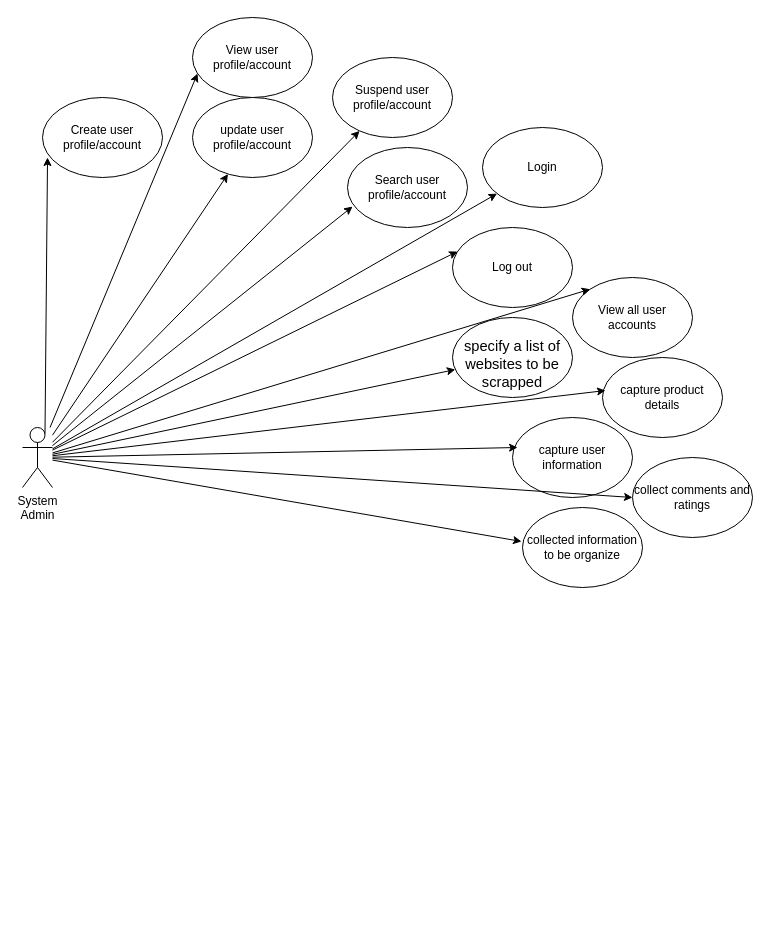
The draw.io diagram page "FYP SA" (2 of 21) of BCE.drawio in junrenx/Diagrams, before the edit. Source tidied: cells renumbered, new cells numbered last; positions are measured from the earlier drawing's top-left corner, leaving out a move shared by most shapes. Both pictures are drawn from the tidied source at 100%, with x=0, y=0 at pixel (22, 17).
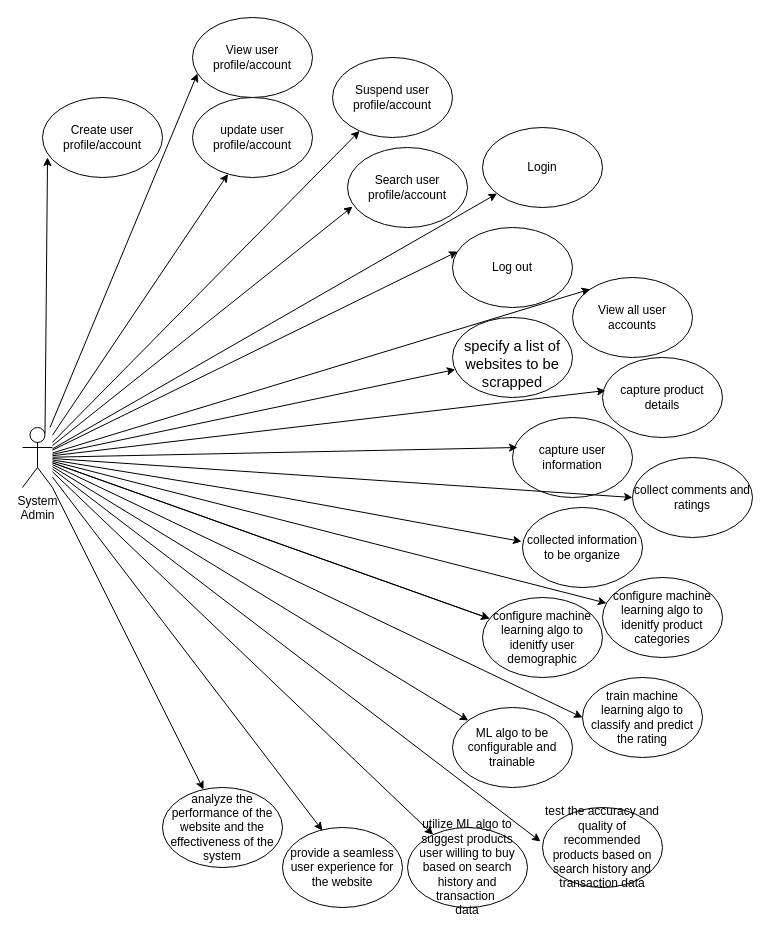
The same page after the edit.

Unchanged cells that the change refers to:
```xml
<mxCell id="2" value="System&lt;br&gt;Admin" style="shape=umlActor;verticalLabelPosition=bottom;verticalAlign=top;html=1;outlineConnect=0;" parent="1" vertex="1">
  <mxGeometry y="410" width="30" height="60" as="geometry" />
</mxCell>
<mxCell id="15" value="collected information to be organize&lt;span id=&quot;docs-internal-guid-03907ab7-7fff-0e72-f5e9-e9668091f931&quot;&gt;&lt;/span&gt;&lt;span id=&quot;docs-internal-guid-03907ab7-7fff-0e72-f5e9-e9668091f931&quot;&gt;&lt;/span&gt;" style="ellipse;whiteSpace=wrap;html=1;" parent="1" vertex="1">
  <mxGeometry x="500" y="490" width="120" height="80" as="geometry" />
</mxCell>
```

The edit, as a diff of the source:
```diff
@@
     <mxCell id="27" style="endArrow=classic;html=1;rounded=0;entryX=-0.008;entryY=0.425;entryDx=0;entryDy=0;entryPerimeter=0;" parent="1" edge="1" source="2" target="15">
-      <mxGeometry relative="1" as="geometry" />
+      <mxGeometry relative="1" as="geometry">
+        <Array as="points">
+          <mxPoint x="260" y="480" />
+        </Array>
+      </mxGeometry>
     </mxCell>
@@
+    <mxCell id="29" value="configure machine learning algo to idenitfy product categories&lt;span id=&quot;docs-internal-guid-03907ab7-7fff-0e72-f5e9-e9668091f931&quot;&gt;&lt;/span&gt;" style="ellipse;whiteSpace=wrap;html=1;" parent="1" vertex="1">
+      <mxGeometry x="580" y="560" width="120" height="80" as="geometry" />
+    </mxCell>
+    <mxCell id="30" style="endArrow=classic;html=1;rounded=0;" parent="1" edge="1" source="2" target="29">
+      <mxGeometry relative="1" as="geometry" />
+    </mxCell>
+    <mxCell id="31" style="endArrow=classic;html=1;rounded=0;" parent="1" edge="1" source="2" target="35">
+      <mxGeometry relative="1" as="geometry" />
+    </mxCell>
+    <mxCell id="32" value="train machine learning algo to classify and predict the rating" style="ellipse;whiteSpace=wrap;html=1;" parent="1" vertex="1">
+      <mxGeometry x="560" y="660" width="120" height="80" as="geometry" />
+    </mxCell>
+    <mxCell id="33" value="ML algo to be configurable and trainable" style="ellipse;whiteSpace=wrap;html=1;" parent="1" vertex="1">
+      <mxGeometry x="430" y="690" width="120" height="80" as="geometry" />
+    </mxCell>
+    <mxCell id="34" style="endArrow=classic;html=1;rounded=0;" parent="1" edge="1" source="2" target="35">
+      <mxGeometry relative="1" as="geometry" />
+    </mxCell>
+    <mxCell id="35" value="configure machine learning algo to idenitfy user demographic" style="ellipse;whiteSpace=wrap;html=1;" parent="1" vertex="1">
+      <mxGeometry x="460" y="580" width="120" height="80" as="geometry" />
+    </mxCell>
+    <mxCell id="36" style="endArrow=classic;html=1;rounded=0;entryX=0;entryY=0.5;entryDx=0;entryDy=0;" parent="1" edge="1" source="2" target="32">
+      <mxGeometry relative="1" as="geometry" />
+    </mxCell>
+    <mxCell id="37" style="endArrow=classic;html=1;rounded=0;" parent="1" edge="1" source="2" target="33">
+      <mxGeometry relative="1" as="geometry" />
+    </mxCell>
+    <mxCell id="38" value="test the accuracy and quality of recommended products based on search history and transaction data" style="ellipse;whiteSpace=wrap;html=1;" parent="1" vertex="1">
+      <mxGeometry x="520" y="790" width="120" height="80" as="geometry" />
+    </mxCell>
+    <mxCell id="39" style="endArrow=classic;html=1;rounded=0;entryX=-0.017;entryY=0.425;entryDx=0;entryDy=0;entryPerimeter=0;" parent="1" edge="1" source="2" target="38">
+      <mxGeometry relative="1" as="geometry" />
+    </mxCell>
+    <mxCell id="40" value="utilize ML algo to suggest products user willing to buy based on search history and transaction&amp;nbsp;&lt;br&gt;data" style="ellipse;whiteSpace=wrap;html=1;" parent="1" vertex="1">
+      <mxGeometry x="385" y="810" width="120" height="80" as="geometry" />
+    </mxCell>
+    <mxCell id="41" style="endArrow=classic;html=1;rounded=0;" parent="1" edge="1" source="2" target="40">
+      <mxGeometry relative="1" as="geometry" />
+    </mxCell>
+    <mxCell id="42" value="provide a seamless user experience for the website" style="ellipse;whiteSpace=wrap;html=1;" parent="1" vertex="1">
+      <mxGeometry x="260" y="810" width="120" height="80" as="geometry" />
+    </mxCell>
+    <mxCell id="43" style="endArrow=classic;html=1;rounded=0;entryX=0.333;entryY=0.038;entryDx=0;entryDy=0;entryPerimeter=0;" parent="1" edge="1" source="2" target="42">
+      <mxGeometry relative="1" as="geometry" />
+    </mxCell>
+    <mxCell id="44" value="analyze the performance of the website and the effectiveness of the system&lt;span id=&quot;docs-internal-guid-714bc59f-7fff-3303-b8c4-a5576759ac63&quot;&gt;&lt;/span&gt;" style="ellipse;whiteSpace=wrap;html=1;" parent="1" vertex="1">
+      <mxGeometry x="140" y="770" width="120" height="80" as="geometry" />
+    </mxCell>
+    <mxCell id="45" style="endArrow=classic;html=1;rounded=0;" parent="1" edge="1" source="2" target="44">
+      <mxGeometry relative="1" as="geometry" />
+    </mxCell>
```
